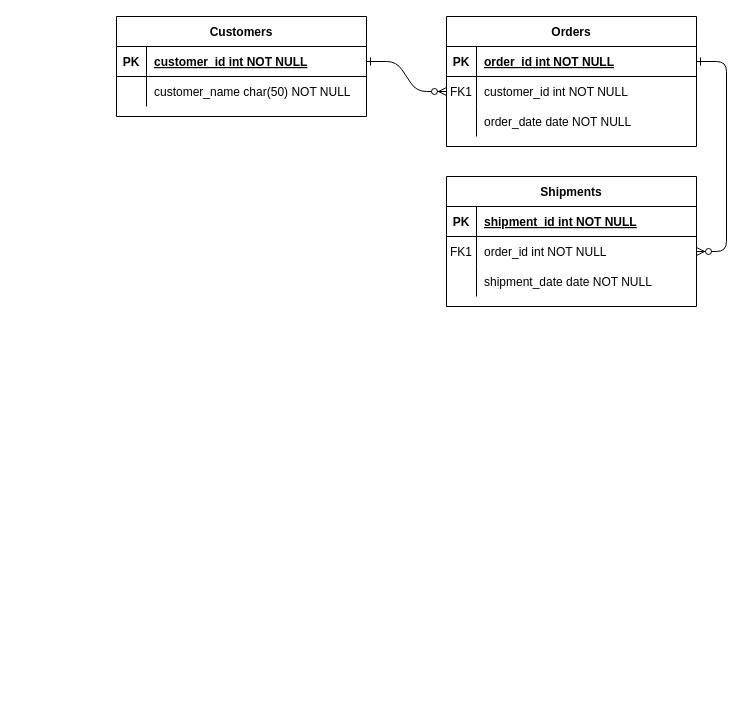
Before: Untitled Diagram.drawio in MohdSanusi/RF, a draw.io diagram. Source tidied: cells renumbered, new cells numbered last; positions are measured from the earlier drawing's top-left corner, leaving out a move shared by most shapes. Both pictures are drawn from the tidied source at 100%, with x=0, y=0 at pixel (116, 16).
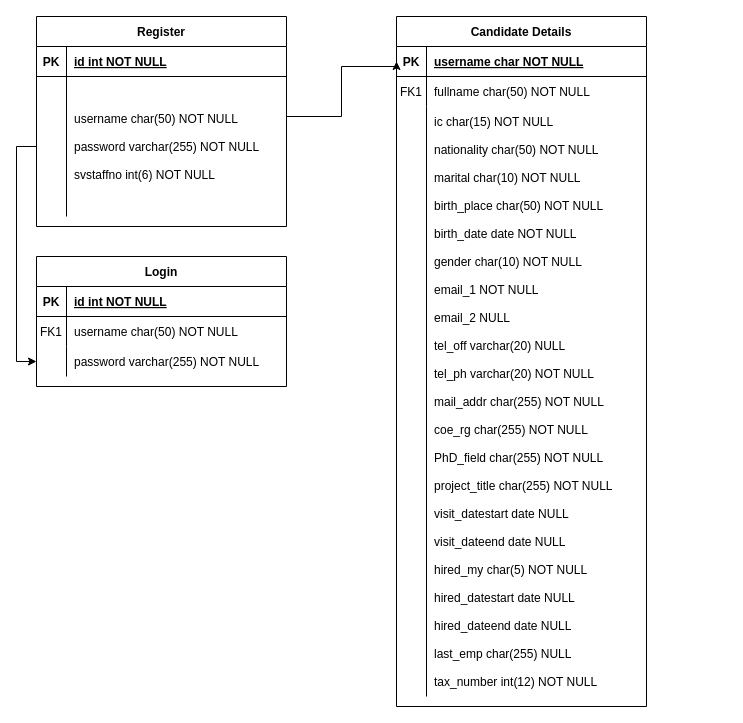
The same diagram, later.

Unchanged cells that the change refers to:
```xml
<mxCell id="5" style="shape=partialRectangle;fillColor=none;points=[[0,0.5],[1,0.5]];portConstraint=eastwest;top=0;left=0;right=0;bottom=1;" parent="4" vertex="1">
  <mxGeometry y="30" width="250" height="30" as="geometry" />
</mxCell>
<mxCell id="8" style="shape=partialRectangle;fillColor=none;points=[[0,0.5],[1,0.5]];portConstraint=eastwest;top=0;left=0;right=0;bottom=0;" parent="4" vertex="1">
  <mxGeometry y="60" width="250" height="30" as="geometry" />
</mxCell>
<mxCell id="11" style="shape=partialRectangle;fillColor=none;points=[[0,0.5],[1,0.5]];portConstraint=eastwest;top=0;left=0;right=0;bottom=0;" parent="4" vertex="1">
  <mxGeometry y="90" width="250" height="30" as="geometry" />
</mxCell>
<mxCell id="15" style="shape=partialRectangle;fillColor=none;points=[[0,0.5],[1,0.5]];portConstraint=eastwest;top=0;left=0;right=0;bottom=1;" parent="14" vertex="1">
  <mxGeometry y="30" width="250" height="30" as="geometry" />
</mxCell>
<mxCell id="18" style="shape=partialRectangle;fillColor=none;points=[[0,0.5],[1,0.5]];portConstraint=eastwest;top=0;left=0;right=0;bottom=0;" parent="14" vertex="1">
  <mxGeometry y="60" width="250" height="30" as="geometry" />
</mxCell>
<mxCell id="25" style="shape=partialRectangle;fillColor=none;points=[[0,0.5],[1,0.5]];portConstraint=eastwest;top=0;left=0;right=0;bottom=1;" parent="24" vertex="1">
  <mxGeometry y="30" width="250" height="30" as="geometry" />
</mxCell>
```

The edit, as a diff of the source:
```diff
@@
-    <mxCell id="2" style="edgeStyle=entityRelationEdgeStyle;endArrow=ERzeroToMany;startArrow=ERone;endFill=1;startFill=0;" parent="1" edge="1" source="25" target="8">
-      <mxGeometry relative="1" as="geometry" />
-    </mxCell>
-    <mxCell id="3" style="edgeStyle=entityRelationEdgeStyle;endArrow=ERzeroToMany;startArrow=ERone;endFill=1;startFill=0;" parent="1" edge="1" source="5" target="18">
-      <mxGeometry relative="1" as="geometry" />
-    </mxCell>
-    <mxCell id="4" value="Orders" style="shape=table;startSize=30;childLayout=tableLayout;rowLines=0;fontStyle=1;align=center;" parent="1" vertex="1">
-      <mxGeometry x="330" width="250" height="130" as="geometry" />
+    <mxCell id="4" value="Login" style="shape=table;startSize=30;childLayout=tableLayout;rowLines=0;fontStyle=1;align=center;" parent="1" vertex="1">
+      <mxGeometry x="-80" y="240" width="250" height="130" as="geometry" />
     </mxCell>
@@
-    <mxCell id="7" value="order_id int NOT NULL " style="shape=partialRectangle;overflow=hidden;fillColor=none;top=0;left=0;bottom=0;right=0;align=left;spacingLeft=6;fontStyle=5;" parent="5" vertex="1">
+    <mxCell id="7" value="id int NOT NULL " style="shape=partialRectangle;overflow=hidden;fillColor=none;top=0;left=0;bottom=0;right=0;align=left;spacingLeft=6;fontStyle=5;" parent="5" vertex="1">
       <mxGeometry x="30" width="220" height="30" as="geometry" />
     </mxCell>
@@
-    <mxCell id="10" value="customer_id int NOT NULL" style="shape=partialRectangle;overflow=hidden;fillColor=none;top=0;left=0;bottom=0;right=0;align=left;spacingLeft=6;" parent="8" vertex="1">
+    <mxCell id="10" value="username char(50) NOT NULL" style="shape=partialRectangle;overflow=hidden;fillColor=none;top=0;left=0;bottom=0;right=0;align=left;spacingLeft=6;" parent="8" vertex="1">
       <mxGeometry x="30" width="220" height="30" as="geometry" />
     </mxCell>
@@
-    <mxCell id="13" value="order_date date NOT NULL" style="shape=partialRectangle;overflow=hidden;fillColor=none;top=0;left=0;bottom=0;right=0;align=left;spacingLeft=6;" parent="11" vertex="1">
+    <mxCell id="13" value="password varchar(255) NOT NULL" style="shape=partialRectangle;overflow=hidden;fillColor=none;top=0;left=0;bottom=0;right=0;align=left;spacingLeft=6;" parent="11" vertex="1">
       <mxGeometry x="30" width="220" height="30" as="geometry" />
     </mxCell>
-    <mxCell id="14" value="Shipments" style="shape=table;startSize=30;childLayout=tableLayout;rowLines=0;fontStyle=1;align=center;" parent="1" vertex="1">
-      <mxGeometry x="330" y="160" width="250" height="130" as="geometry" />
+    <mxCell id="14" value="Candidate Details" style="shape=table;startSize=30;childLayout=tableLayout;rowLines=0;fontStyle=1;align=center;" parent="1" vertex="1">
+      <mxGeometry x="280" width="250" height="690" as="geometry" />
     </mxCell>
@@
-    <mxCell id="17" value="shipment_id int NOT NULL " style="shape=partialRectangle;overflow=hidden;fillColor=none;top=0;left=0;bottom=0;right=0;align=left;spacingLeft=6;fontStyle=5;" parent="15" vertex="1">
+    <mxCell id="17" value="username char NOT NULL " style="shape=partialRectangle;overflow=hidden;fillColor=none;top=0;left=0;bottom=0;right=0;align=left;spacingLeft=6;fontStyle=5;" parent="15" vertex="1">
       <mxGeometry x="30" width="220" height="30" as="geometry" />
     </mxCell>
@@
-    <mxCell id="20" value="order_id int NOT NULL" style="shape=partialRectangle;overflow=hidden;fillColor=none;top=0;left=0;bottom=0;right=0;align=left;spacingLeft=6;" parent="18" vertex="1">
+    <mxCell id="20" value="fullname char(50) NOT NULL" style="shape=partialRectangle;overflow=hidden;fillColor=none;top=0;left=0;bottom=0;right=0;align=left;spacingLeft=6;" parent="18" vertex="1">
       <mxGeometry x="30" width="220" height="30" as="geometry" />
     </mxCell>
     <mxCell id="21" style="shape=partialRectangle;fillColor=none;top=0;left=0;right=0;bottom=0;" parent="14" vertex="1">
-      <mxGeometry y="90" width="250" height="30" as="geometry" />
+      <mxGeometry y="90" width="250" height="590" as="geometry" />
     </mxCell>
     <mxCell id="22" style="shape=partialRectangle;overflow=hidden;fillColor=none;top=0;left=0;bottom=0;right=0;" parent="21" vertex="1">
-      <mxGeometry width="30" height="30" as="geometry" />
+      <mxGeometry width="30" height="590" as="geometry" />
     </mxCell>
-    <mxCell id="23" value="shipment_date date NOT NULL" style="shape=partialRectangle;overflow=hidden;fillColor=none;top=0;left=0;bottom=0;right=0;align=left;spacingLeft=6;" parent="21" vertex="1">
-      <mxGeometry x="30" width="220" height="30" as="geometry" />
+    <mxCell id="23" value="ic char(15) NOT NULL&#10;&#10;nationality char(50) NOT NULL&#10;&#10;marital char(10) NOT NULL&#10;&#10;birth_place char(50) NOT NULL&#10;&#10;birth_date date NOT NULL&#10;&#10;gender char(10) NOT NULL&#10;&#10;email_1 NOT NULL&#10;&#10;email_2 NULL&#10;&#10;tel_off varchar(20) NULL&#10;&#10;tel_ph varchar(20) NOT NULL&#10;&#10;mail_addr char(255) NOT NULL&#10;&#10;coe_rg char(255) NOT NULL&#10;&#10;PhD_field char(255) NOT NULL&#10;&#10;project_title char(255) NOT NULL&#10;&#10;visit_datestart date NULL&#10;&#10;visit_dateend date NULL&#10;&#10;hired_my char(5) NOT NULL&#10;&#10;hired_datestart date NULL&#10;&#10;hired_dateend date NULL&#10;&#10;last_emp char(255) NULL&#10;&#10;tax_number int(12) NOT NULL" style="shape=partialRectangle;overflow=hidden;fillColor=none;top=0;left=0;bottom=0;right=0;align=left;spacingLeft=6;" parent="21" vertex="1">
+      <mxGeometry x="30" width="220" height="590" as="geometry" />
     </mxCell>
-    <mxCell id="24" value="Customers" style="shape=table;startSize=30;childLayout=tableLayout;rowLines=0;fontStyle=1;align=center;" parent="1" vertex="1">
-      <mxGeometry width="250" height="100" as="geometry" />
+    <mxCell id="24" value="Register" style="shape=table;startSize=30;childLayout=tableLayout;rowLines=0;fontStyle=1;align=center;" parent="1" vertex="1">
+      <mxGeometry x="-80" width="250" height="210" as="geometry" />
     </mxCell>
@@
-    <mxCell id="27" value="customer_id int NOT NULL " style="shape=partialRectangle;overflow=hidden;fillColor=none;top=0;left=0;bottom=0;right=0;align=left;spacingLeft=6;fontStyle=5;" parent="25" vertex="1">
+    <mxCell id="27" value="id int NOT NULL " style="shape=partialRectangle;overflow=hidden;fillColor=none;top=0;left=0;bottom=0;right=0;align=left;spacingLeft=6;fontStyle=5;" parent="25" vertex="1">
       <mxGeometry x="30" width="220" height="30" as="geometry" />
     </mxCell>
     <mxCell id="28" style="shape=partialRectangle;fillColor=none;points=[[0,0.5],[1,0.5]];portConstraint=eastwest;top=0;left=0;right=0;bottom=0;" parent="24" vertex="1">
-      <mxGeometry y="60" width="250" height="30" as="geometry" />
+      <mxGeometry y="60" width="250" height="140" as="geometry" />
     </mxCell>
     <mxCell id="29" style="shape=partialRectangle;overflow=hidden;fillColor=none;top=0;left=0;bottom=0;right=0;" parent="28" vertex="1">
-      <mxGeometry width="30" height="30" as="geometry" />
+      <mxGeometry width="30" height="140" as="geometry" />
     </mxCell>
-    <mxCell id="30" value="customer_name char(50) NOT NULL" style="shape=partialRectangle;overflow=hidden;fillColor=none;top=0;left=0;bottom=0;right=0;align=left;spacingLeft=6;" parent="28" vertex="1">
-      <mxGeometry x="30" width="220" height="30" as="geometry" />
+    <mxCell id="30" value="username char(50) NOT NULL&#10;&#10;password varchar(255) NOT NULL&#10;&#10;svstaffno int(6) NOT NULL" style="shape=partialRectangle;overflow=hidden;fillColor=none;top=0;left=0;bottom=0;right=0;align=left;spacingLeft=6;" parent="28" vertex="1">
+      <mxGeometry x="30" width="220" height="140" as="geometry" />
     </mxCell>
+    <mxCell id="31" style="shape=partialRectangle;fillColor=none;top=0;left=0;right=0;bottom=0;" parent="1" vertex="1">
+      <mxGeometry x="10" y="420" width="250" height="30" as="geometry" />
+    </mxCell>
+    <mxCell id="32" style="shape=partialRectangle;overflow=hidden;fillColor=none;top=0;left=0;bottom=0;right=0;" parent="31" vertex="1">
+      <mxGeometry width="30" height="30" as="geometry" />
+    </mxCell>
+    <mxCell id="33" style="edgeStyle=orthogonalEdgeStyle;rounded=0;jettySize=auto;html=1;entryX=0;entryY=0.5;entryDx=0;entryDy=0;" parent="1" edge="1" source="28" target="15">
+      <mxGeometry relative="1" as="geometry">
+        <Array as="points">
+          <mxPoint x="225" y="100" />
+          <mxPoint x="225" y="50" />
+          <mxPoint x="280" y="50" />
+        </Array>
+      </mxGeometry>
+    </mxCell>
+    <mxCell id="34" style="edgeStyle=orthogonalEdgeStyle;rounded=0;jettySize=auto;html=1;entryX=0;entryY=0.5;entryDx=0;entryDy=0;" parent="1" edge="1" source="28" target="11">
+      <mxGeometry relative="1" as="geometry" />
+    </mxCell>
```
